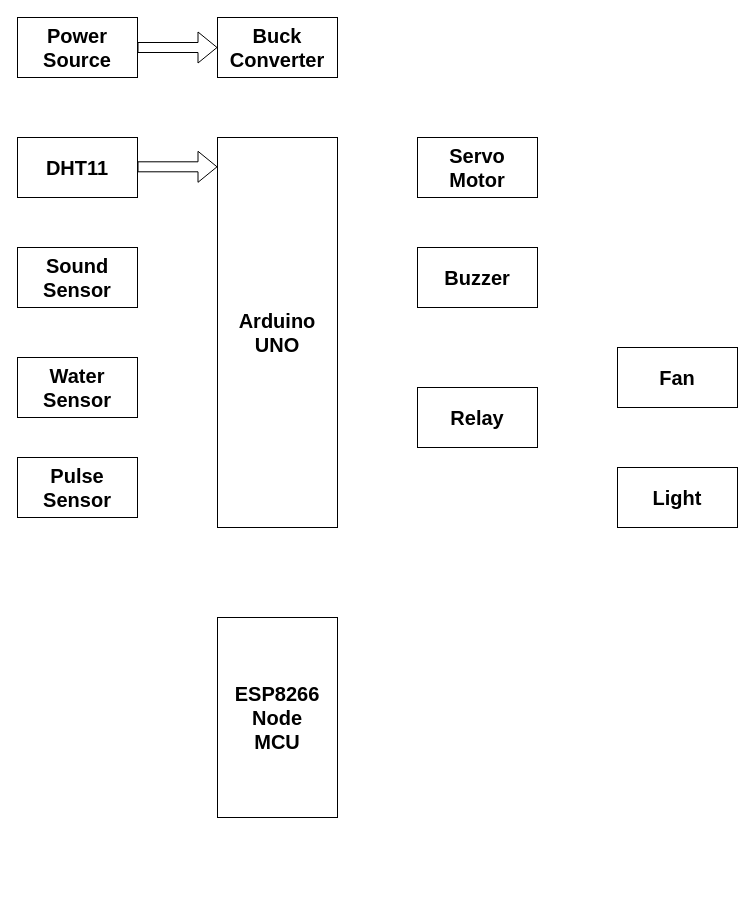
This is Untitled Diagram.drawio from Mithushree26/Baby-Monitoring-Cradle-System-, a draw.io file, before an edit. Source tidied: cells renumbered, new cells numbered last; positions are measured from the earlier drawing's top-left corner, leaving out a move shared by most shapes. Both pictures are drawn from the tidied source at 100%, with x=0, y=0 at pixel (17, 17). Pictures stored in the file or linked from it are replaced by grey dashed boxes.
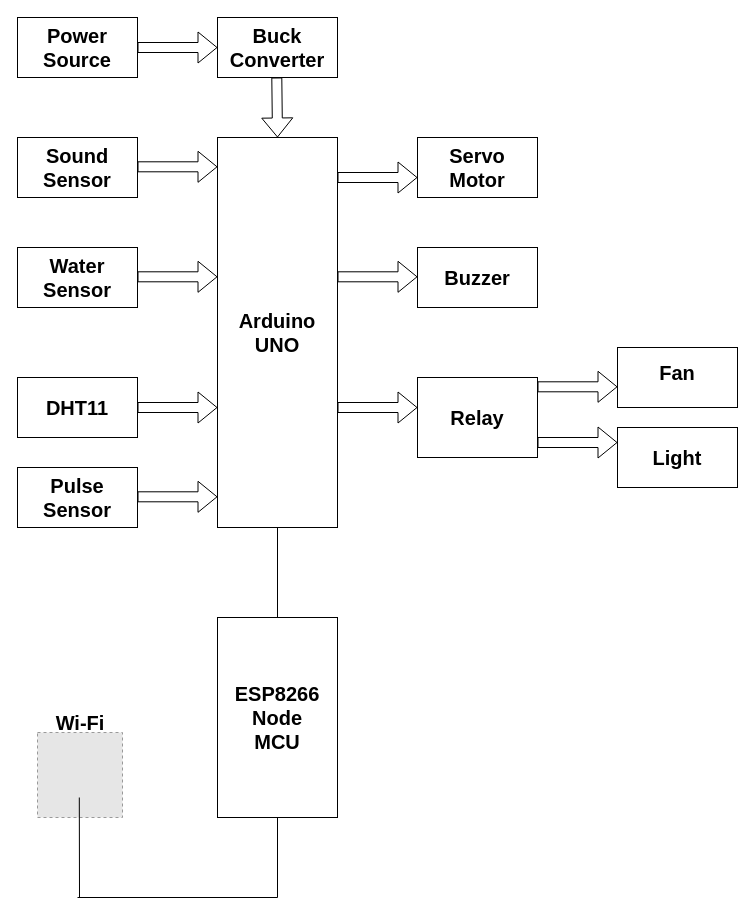
Above is the later version.

Unchanged cells that the change refers to:
```xml
<mxCell id="4" style="rounded=0;whiteSpace=wrap;html=1;" parent="1" vertex="1">
  <mxGeometry x="200" y="120" width="120" height="390" as="geometry" />
</mxCell>
<mxCell id="16" style="rounded=0;whiteSpace=wrap;html=1;" parent="1" vertex="1">
  <mxGeometry x="200" y="600" width="120" height="200" as="geometry" />
</mxCell>
```

Diff of the diagram source:
```diff
@@
     <mxCell id="10" style="rounded=0;whiteSpace=wrap;html=1;" parent="1" vertex="1">
-      <mxGeometry y="340" width="120" height="60" as="geometry" />
+      <mxGeometry y="360" width="120" height="60" as="geometry" />
     </mxCell>
     <mxCell id="11" style="rounded=0;whiteSpace=wrap;html=1;" parent="1" vertex="1">
-      <mxGeometry y="440" width="120" height="60" as="geometry" />
+      <mxGeometry y="450" width="120" height="60" as="geometry" />
     </mxCell>
-    <mxCell id="12" value="&lt;b&gt;&lt;font style=&quot;font-size: 20px;&quot;&gt;DHT11&lt;/font&gt;&lt;/b&gt;" style="text;strokeColor=none;align=center;fillColor=none;html=1;verticalAlign=middle;whiteSpace=wrap;rounded=0;" parent="1" vertex="1">
+    <mxCell id="12" value="&lt;b style=&quot;border-color: var(--border-color); font-size: 20px;&quot;&gt;Sound Sensor&lt;/b&gt;" style="text;strokeColor=none;align=center;fillColor=none;html=1;verticalAlign=middle;whiteSpace=wrap;rounded=0;" parent="1" vertex="1">
       <mxGeometry x="30" y="135" width="60" height="30" as="geometry" />
     </mxCell>
-    <mxCell id="13" value="&lt;font style=&quot;font-size: 20px;&quot;&gt;&lt;b&gt;Sound Sensor&lt;/b&gt;&lt;/font&gt;" style="text;strokeColor=none;align=center;fillColor=none;html=1;verticalAlign=middle;whiteSpace=wrap;rounded=0;" parent="1" vertex="1">
+    <mxCell id="13" value="&lt;b style=&quot;border-color: var(--border-color);&quot;&gt;&lt;font style=&quot;border-color: var(--border-color); font-size: 20px;&quot;&gt;Water Sensor&lt;/font&gt;&lt;/b&gt;" style="text;strokeColor=none;align=center;fillColor=none;html=1;verticalAlign=middle;whiteSpace=wrap;rounded=0;" parent="1" vertex="1">
       <mxGeometry x="30" y="245" width="60" height="30" as="geometry" />
     </mxCell>
-    <mxCell id="14" value="&lt;b&gt;&lt;font style=&quot;font-size: 20px;&quot;&gt;Water Sensor&lt;/font&gt;&lt;/b&gt;" style="text;strokeColor=none;align=center;fillColor=none;html=1;verticalAlign=middle;whiteSpace=wrap;rounded=0;" parent="1" vertex="1">
-      <mxGeometry x="30" y="355" width="60" height="30" as="geometry" />
+    <mxCell id="14" value="&lt;b&gt;&lt;font style=&quot;font-size: 20px;&quot;&gt;DHT11&lt;/font&gt;&lt;/b&gt;" style="text;strokeColor=none;align=center;fillColor=none;html=1;verticalAlign=middle;whiteSpace=wrap;rounded=0;" parent="1" vertex="1">
+      <mxGeometry x="30" y="375" width="60" height="30" as="geometry" />
     </mxCell>
     <mxCell id="15" value="&lt;b&gt;&lt;font style=&quot;font-size: 20px;&quot;&gt;Pulse Sensor&lt;/font&gt;&lt;/b&gt;" style="text;strokeColor=none;align=center;fillColor=none;html=1;verticalAlign=middle;whiteSpace=wrap;rounded=0;" parent="1" vertex="1">
-      <mxGeometry x="30" y="455" width="60" height="30" as="geometry" />
+      <mxGeometry x="30" y="465" width="60" height="30" as="geometry" />
     </mxCell>
@@
     <mxCell id="20" style="rounded=0;whiteSpace=wrap;html=1;" parent="1" vertex="1">
-      <mxGeometry x="400" y="370" width="120" height="60" as="geometry" />
+      <mxGeometry x="400" y="360" width="120" height="80" as="geometry" />
     </mxCell>
@@
     <mxCell id="22" style="rounded=0;whiteSpace=wrap;html=1;" parent="1" vertex="1">
-      <mxGeometry x="600" y="450" width="120" height="60" as="geometry" />
+      <mxGeometry x="600" y="410" width="120" height="60" as="geometry" />
     </mxCell>
@@
     <mxCell id="26" value="&lt;b&gt;&lt;font style=&quot;font-size: 20px;&quot;&gt;Fan&lt;/font&gt;&lt;/b&gt;" style="text;strokeColor=none;align=center;fillColor=none;html=1;verticalAlign=middle;whiteSpace=wrap;rounded=0;" parent="1" vertex="1">
-      <mxGeometry x="630" y="345" width="60" height="30" as="geometry" />
+      <mxGeometry x="630" y="340" width="60" height="30" as="geometry" />
     </mxCell>
     <mxCell id="27" value="&lt;font style=&quot;font-size: 20px;&quot;&gt;&lt;b&gt;Light&lt;/b&gt;&lt;/font&gt;" style="text;strokeColor=none;align=center;fillColor=none;html=1;verticalAlign=middle;whiteSpace=wrap;rounded=0;" parent="1" vertex="1">
-      <mxGeometry x="630" y="465" width="60" height="30" as="geometry" />
+      <mxGeometry x="630" y="425" width="60" height="30" as="geometry" />
     </mxCell>
@@
+    <mxCell id="30" style="shape=flexArrow;endArrow=classic;html=1;rounded=0;entryX=0;entryY=0.5;entryDx=0;entryDy=0;exitX=1;exitY=0.5;exitDx=0;exitDy=0;" parent="1" edge="1">
+      <mxGeometry relative="1" as="geometry">
+        <mxPoint x="120" y="259.3" as="sourcePoint" />
+        <mxPoint x="200" y="259.3" as="targetPoint" />
+      </mxGeometry>
+    </mxCell>
+    <mxCell id="31" style="shape=flexArrow;endArrow=classic;html=1;rounded=0;entryX=0;entryY=0.5;entryDx=0;entryDy=0;exitX=1;exitY=0.5;exitDx=0;exitDy=0;" parent="1" edge="1">
+      <mxGeometry relative="1" as="geometry">
+        <mxPoint x="120" y="390" as="sourcePoint" />
+        <mxPoint x="200" y="390" as="targetPoint" />
+      </mxGeometry>
+    </mxCell>
+    <mxCell id="32" style="shape=flexArrow;endArrow=classic;html=1;rounded=0;entryX=0;entryY=0.5;entryDx=0;entryDy=0;exitX=1;exitY=0.5;exitDx=0;exitDy=0;" parent="1" edge="1">
+      <mxGeometry relative="1" as="geometry">
+        <mxPoint x="120" y="479.3" as="sourcePoint" />
+        <mxPoint x="200" y="479.3" as="targetPoint" />
+      </mxGeometry>
+    </mxCell>
+    <mxCell id="33" style="shape=flexArrow;endArrow=classic;html=1;rounded=0;" parent="1" edge="1">
+      <mxGeometry relative="1" as="geometry">
+        <mxPoint x="259.3" y="60" as="sourcePoint" />
+        <mxPoint x="260" y="120" as="targetPoint" />
+      </mxGeometry>
+    </mxCell>
+    <mxCell id="34" style="shape=flexArrow;endArrow=classic;html=1;rounded=0;entryX=0;entryY=0.5;entryDx=0;entryDy=0;exitX=1;exitY=0.5;exitDx=0;exitDy=0;" parent="1" edge="1">
+      <mxGeometry relative="1" as="geometry">
+        <mxPoint x="320" y="160" as="sourcePoint" />
+        <mxPoint x="400" y="160" as="targetPoint" />
+      </mxGeometry>
+    </mxCell>
+    <mxCell id="35" style="shape=flexArrow;endArrow=classic;html=1;rounded=0;entryX=0;entryY=0.5;entryDx=0;entryDy=0;exitX=1;exitY=0.5;exitDx=0;exitDy=0;" parent="1" edge="1">
+      <mxGeometry relative="1" as="geometry">
+        <mxPoint x="320" y="259.3" as="sourcePoint" />
+        <mxPoint x="400" y="259.3" as="targetPoint" />
+      </mxGeometry>
+    </mxCell>
+    <mxCell id="36" style="shape=flexArrow;endArrow=classic;html=1;rounded=0;entryX=0;entryY=0.5;entryDx=0;entryDy=0;exitX=1;exitY=0.5;exitDx=0;exitDy=0;" parent="1" edge="1">
+      <mxGeometry relative="1" as="geometry">
+        <mxPoint x="320" y="390" as="sourcePoint" />
+        <mxPoint x="400" y="390" as="targetPoint" />
+      </mxGeometry>
+    </mxCell>
+    <mxCell id="37" style="shape=flexArrow;endArrow=classic;html=1;rounded=0;entryX=0;entryY=0.5;entryDx=0;entryDy=0;exitX=1;exitY=0.5;exitDx=0;exitDy=0;" parent="1" edge="1">
+      <mxGeometry relative="1" as="geometry">
+        <mxPoint x="520" y="369.3" as="sourcePoint" />
+        <mxPoint x="600" y="369.3" as="targetPoint" />
+      </mxGeometry>
+    </mxCell>
+    <mxCell id="38" style="shape=flexArrow;endArrow=classic;html=1;rounded=0;entryX=0;entryY=0.5;entryDx=0;entryDy=0;exitX=1;exitY=0.5;exitDx=0;exitDy=0;" parent="1" edge="1">
+      <mxGeometry relative="1" as="geometry">
+        <mxPoint x="520" y="425" as="sourcePoint" />
+        <mxPoint x="600" y="425" as="targetPoint" />
+      </mxGeometry>
+    </mxCell>
+    <mxCell id="39" style="fillColor=#E6E6E6;strokeColor=#999999;dashed=1;verticalLabelPosition=bottom;verticalAlign=top;" parent="1" vertex="1">
+      <mxGeometry x="20" y="715" width="85" height="85" as="geometry" />
+    </mxCell>
+    <mxCell id="40" style="endArrow=none;html=1;rounded=0;entryX=0.5;entryY=1;entryDx=0;entryDy=0;" parent="1" edge="1" target="16">
+      <mxGeometry relative="1" as="geometry">
+        <mxPoint x="260" y="880" as="sourcePoint" />
+      </mxGeometry>
+    </mxCell>
+    <mxCell id="41" style="endArrow=none;html=1;rounded=0;" parent="1" edge="1">
+      <mxGeometry relative="1" as="geometry">
+        <mxPoint x="60" y="880" as="sourcePoint" />
+        <mxPoint x="260" y="880" as="targetPoint" />
+      </mxGeometry>
+    </mxCell>
+    <mxCell id="42" style="endArrow=none;html=1;rounded=0;entryX=0.5;entryY=1;entryDx=0;entryDy=0;" parent="1" edge="1">
+      <mxGeometry relative="1" as="geometry">
+        <mxPoint x="62" y="880" as="sourcePoint" />
+        <mxPoint x="61.8" y="780" as="targetPoint" />
+      </mxGeometry>
+    </mxCell>
+    <mxCell id="43" value="&lt;font style=&quot;font-size: 20px;&quot;&gt;&lt;b&gt;Wi-Fi&lt;/b&gt;&lt;/font&gt;" style="text;strokeColor=none;align=center;fillColor=none;html=1;verticalAlign=middle;whiteSpace=wrap;rounded=0;" parent="1" vertex="1">
+      <mxGeometry x="32.5" y="690" width="60" height="30" as="geometry" />
+    </mxCell>
+    <mxCell id="44" style="endArrow=none;html=1;rounded=0;entryX=0.5;entryY=0;entryDx=0;entryDy=0;exitX=0.5;exitY=1;exitDx=0;exitDy=0;" parent="1" edge="1" source="4" target="16">
+      <mxGeometry relative="1" as="geometry" />
+    </mxCell>
```
